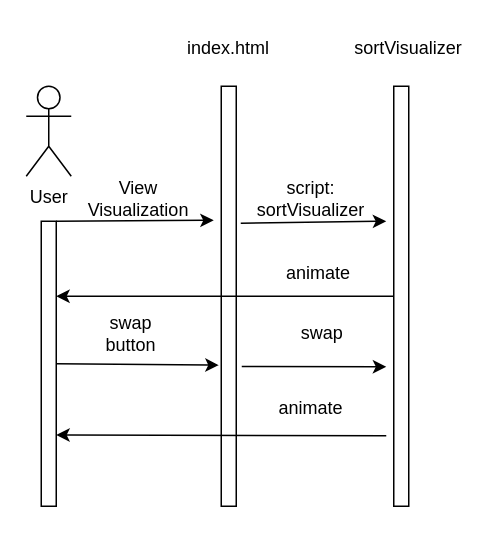
The draw.io diagram Sequence Diagram.drawio in beep-sl/COS430SEProject, before the edit. Source tidied: cells renumbered, new cells numbered last; positions are measured from the earlier drawing's top-left corner, leaving out a move shared by most shapes. Both pictures are drawn from the tidied source at 150%, with x=0, y=0 at pixel (26, 26).
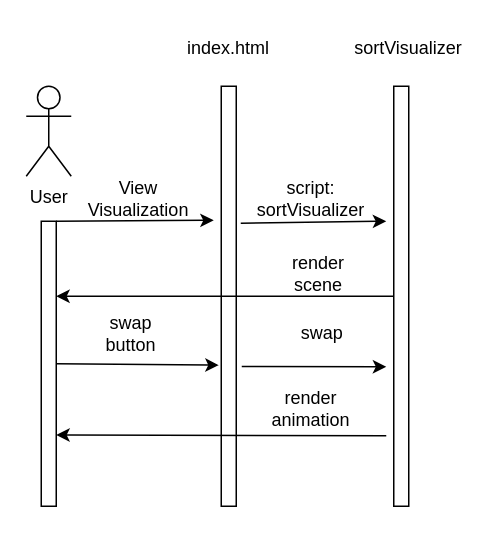
Above is the later version.

Commit message:
changed "animate" to "render ..."

Diff of the diagram source:
```diff
@@
-    <mxCell id="13" value="animate" style="text;html=1;strokeColor=none;fillColor=none;align=center;verticalAlign=middle;whiteSpace=wrap;rounded=0;" parent="1" vertex="1">
+    <mxCell id="13" value="&lt;div&gt;render&lt;/div&gt;&lt;div&gt;scene&lt;br&gt;&lt;/div&gt;" style="text;html=1;strokeColor=none;fillColor=none;align=center;verticalAlign=middle;whiteSpace=wrap;rounded=0;" parent="1" vertex="1">
       <mxGeometry x="165" y="150" width="60" height="30" as="geometry" />
     </mxCell>
@@
-    <mxCell id="19" value="animate" style="text;html=1;strokeColor=none;fillColor=none;align=center;verticalAlign=middle;whiteSpace=wrap;rounded=0;" parent="1" vertex="1">
+    <mxCell id="19" value="render&lt;br&gt;&lt;div&gt;animation&lt;/div&gt;" style="text;html=1;strokeColor=none;fillColor=none;align=center;verticalAlign=middle;whiteSpace=wrap;rounded=0;" parent="1" vertex="1">
       <mxGeometry x="160" y="240" width="60" height="30" as="geometry" />
     </mxCell>
```
